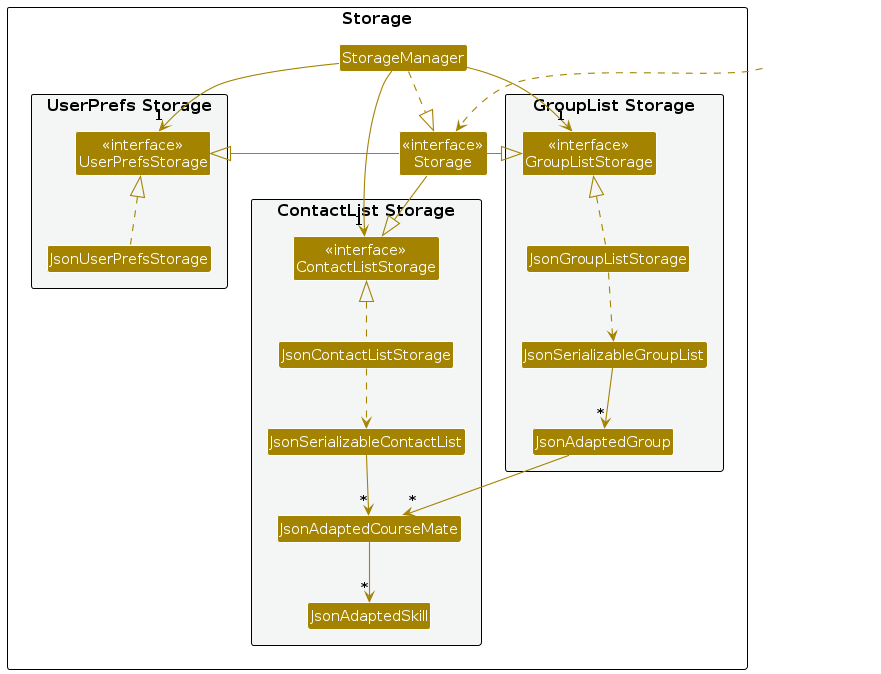
The PlantUML diagram diagrams/StorageClassDiagram.png in benson1029/tp, before a commit. Its source is kept beside it as diagrams/StorageClassDiagram.puml.
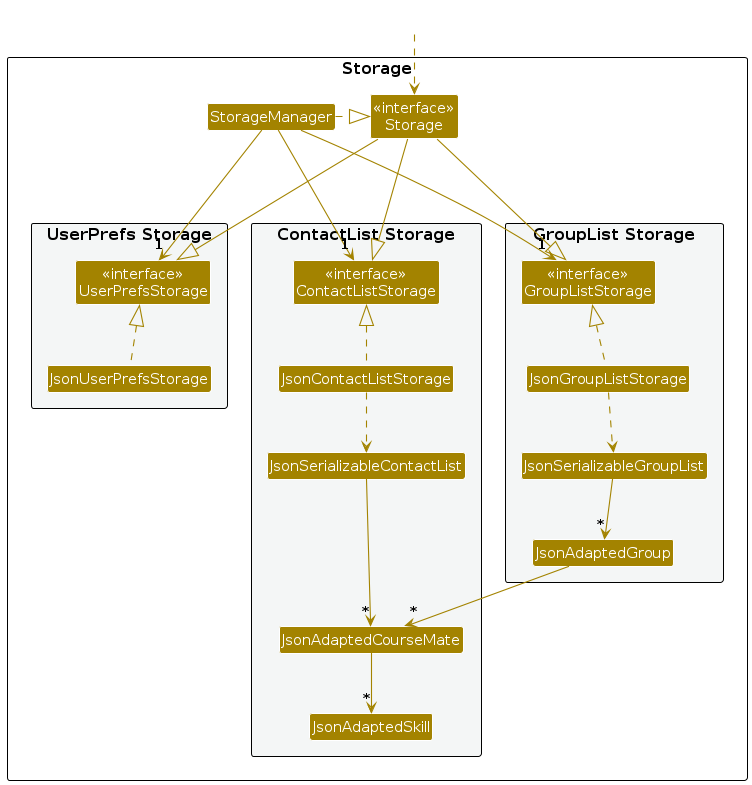
Later version of the same file.

Diff of the diagram source:
```diff
@@ -39,16 +39,16 @@
 StorageManager --> "1" ContactListStorage
 StorageManager --> "1" GroupListStorage
 
-Storage -left-|> UserPrefsStorage
-Storage -right-|> ContactListStorage
-Storage -right-|> GroupListStorage
+Storage ---|> UserPrefsStorage
+Storage ---|> ContactListStorage
+Storage ---|> GroupListStorage
 
 JsonUserPrefsStorage .up.|> UserPrefsStorage
 JsonContactListStorage .up.|> ContactListStorage
 JsonGroupListStorage .up.|> GroupListStorage
 
 JsonContactListStorage ..> JsonSerializableContactList
-JsonSerializableContactList --> "*" JsonAdaptedCourseMate
+JsonSerializableContactList ---> "*" JsonAdaptedCourseMate
 JsonAdaptedCourseMate --> "*" JsonAdaptedSkill
 
 JsonGroupListStorage ..> JsonSerializableGroupList
```
